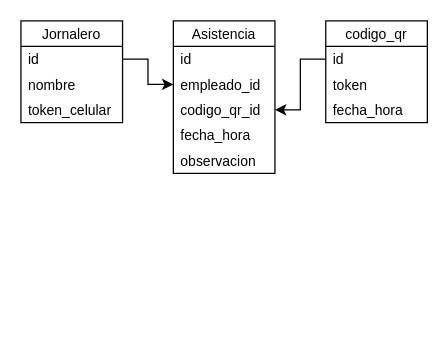
71walceli/UAE.6SA.PIS.ControlAsistenciaFincaLolita keeps this draw.io diagram as page "ERD" (4 of 6) of Documentación/Diagramas.drawio. Above is the earlier version. Source tidied: cells renumbered, new cells numbered last; positions are measured from the earlier drawing's top-left corner, leaving out a move shared by most shapes. Both pictures are drawn from the tidied source at 127%, with x=0, y=0 at pixel (20, 20).
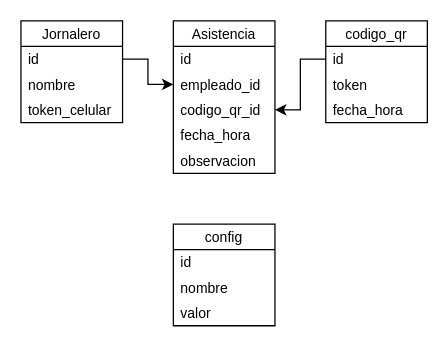
After the change.

What changed in the source:
```diff
@@
+    <mxCell id="18" value="config" style="swimlane;fontStyle=0;horizontal=1;startSize=20;fontSize=11;" parent="1" vertex="1">
+      <mxGeometry x="120" y="160" width="80" height="80" as="geometry" />
+    </mxCell>
+    <mxCell id="19" value="id" style="text;strokeColor=none;fillColor=none;align=left;verticalAlign=middle;spacingLeft=4;spacingRight=4;overflow=hidden;fontSize=11;" parent="18" vertex="1">
+      <mxGeometry y="20" width="80" height="20" as="geometry" />
+    </mxCell>
+    <mxCell id="20" value="nombre" style="text;strokeColor=none;fillColor=none;align=left;verticalAlign=middle;spacingLeft=4;spacingRight=4;overflow=hidden;fontSize=11;" parent="18" vertex="1">
+      <mxGeometry y="40" width="80" height="20" as="geometry" />
+    </mxCell>
+    <mxCell id="21" value="valor" style="text;strokeColor=none;fillColor=none;align=left;verticalAlign=middle;spacingLeft=4;spacingRight=4;overflow=hidden;fontSize=11;" parent="18" vertex="1">
+      <mxGeometry y="60" width="80" height="20" as="geometry" />
+    </mxCell>
```
